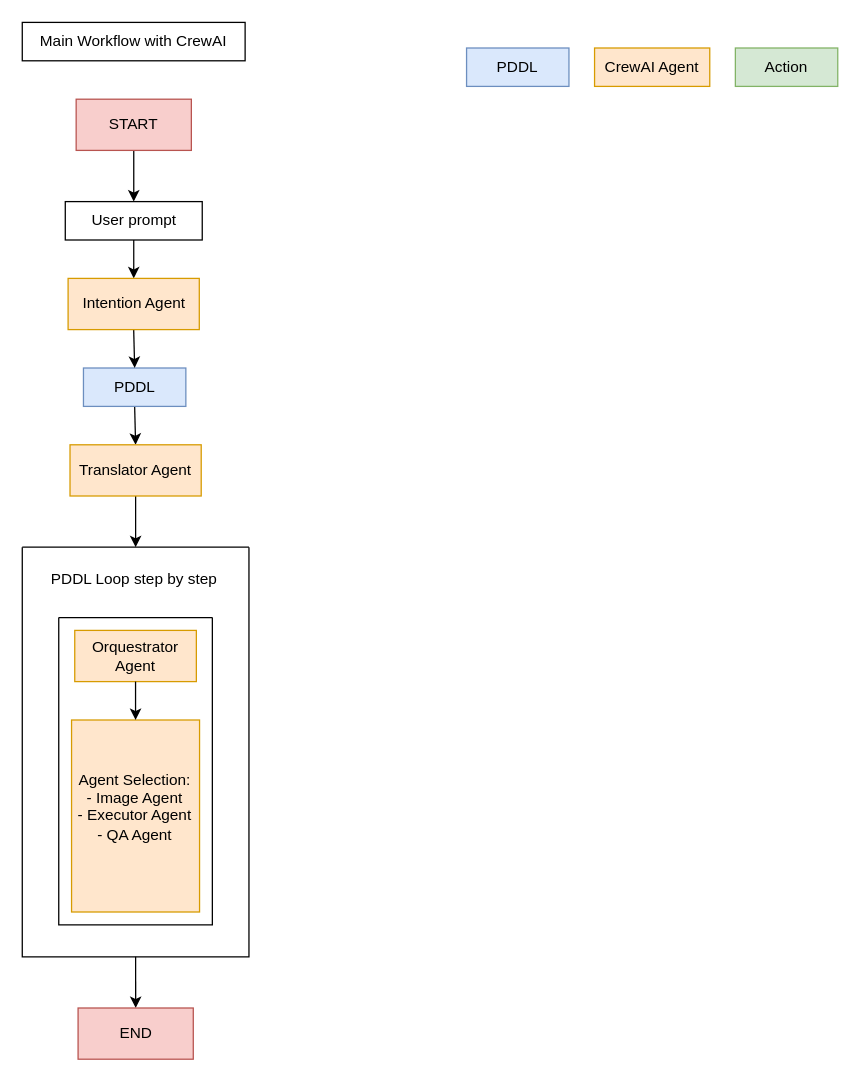
The draw.io diagram Docs/main-workflow.drawio in gontorrs/autopilot, before the edit. Source tidied: cells renumbered, new cells numbered last; positions are measured from the earlier drawing's top-left corner, leaving out a move shared by most shapes. Both pictures are drawn from the tidied source at 128%, with x=0, y=0 at pixel (22, 22).
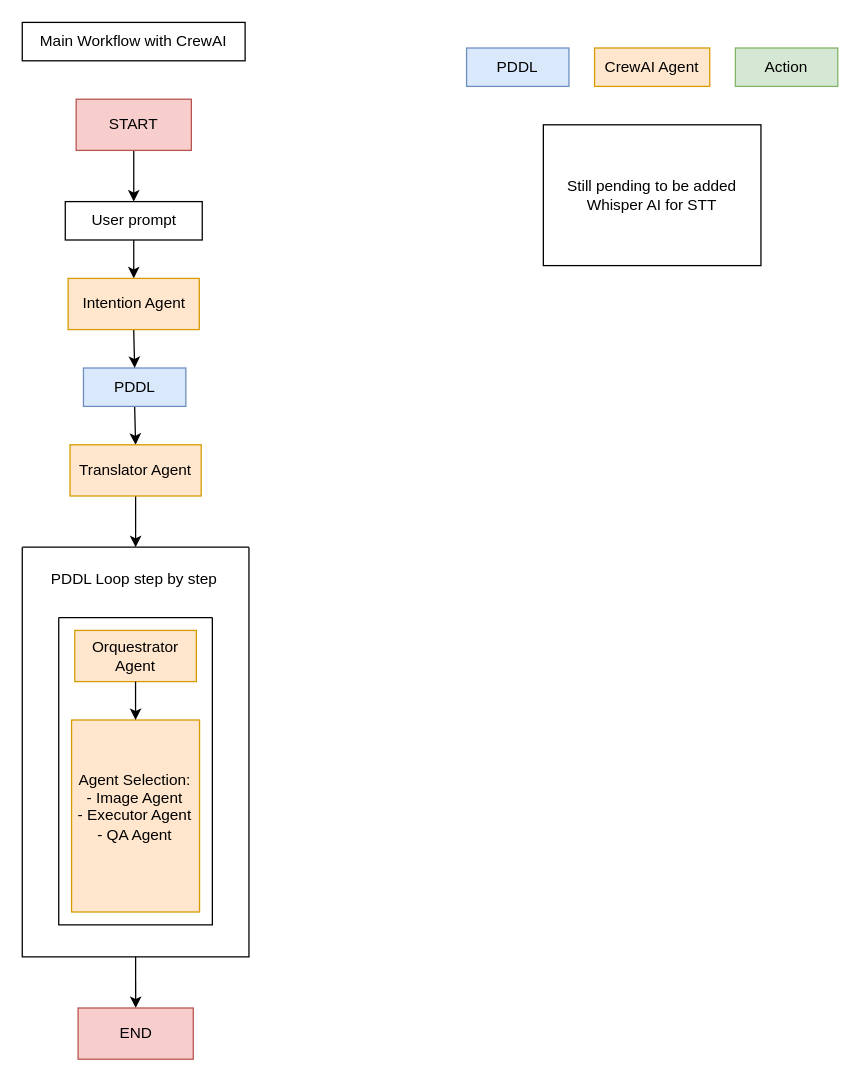
The same diagram, later.

What changed in the source:
```diff
@@
+    <mxCell id="25" value="Still pending to be added Whisper AI for STT" style="rounded=0;whiteSpace=wrap;html=1;" parent="1" vertex="1">
+      <mxGeometry x="407" y="80" width="170" height="110" as="geometry" />
+    </mxCell>
```
